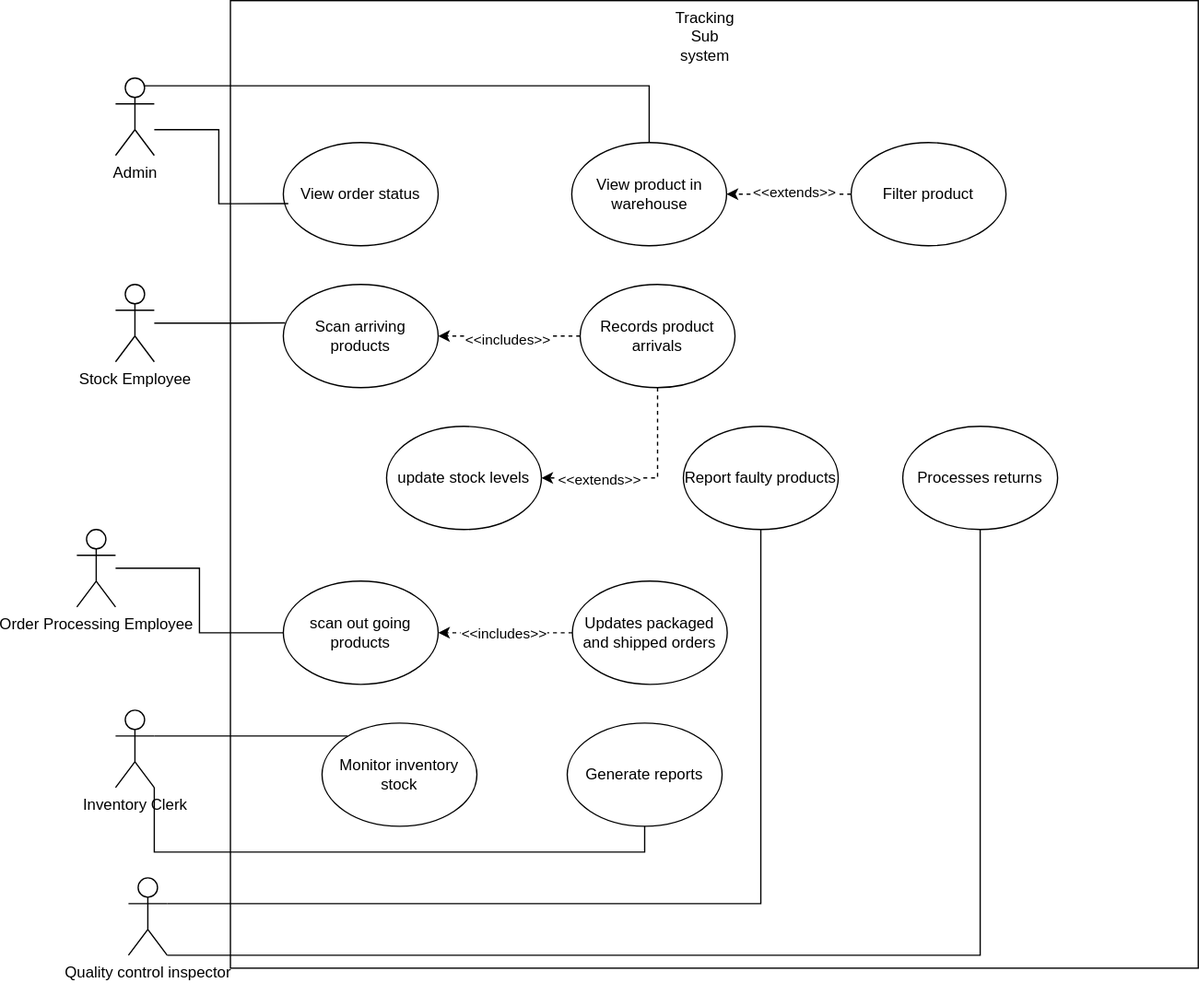
This is tracking.svg from Simamkele88/IFM3_GP, a draw.io export, as it was before one commit. Source tidied: cells renumbered, new cells last; positions are measured from the earlier drawing's top-left corner, leaving out a move shared by most shapes.
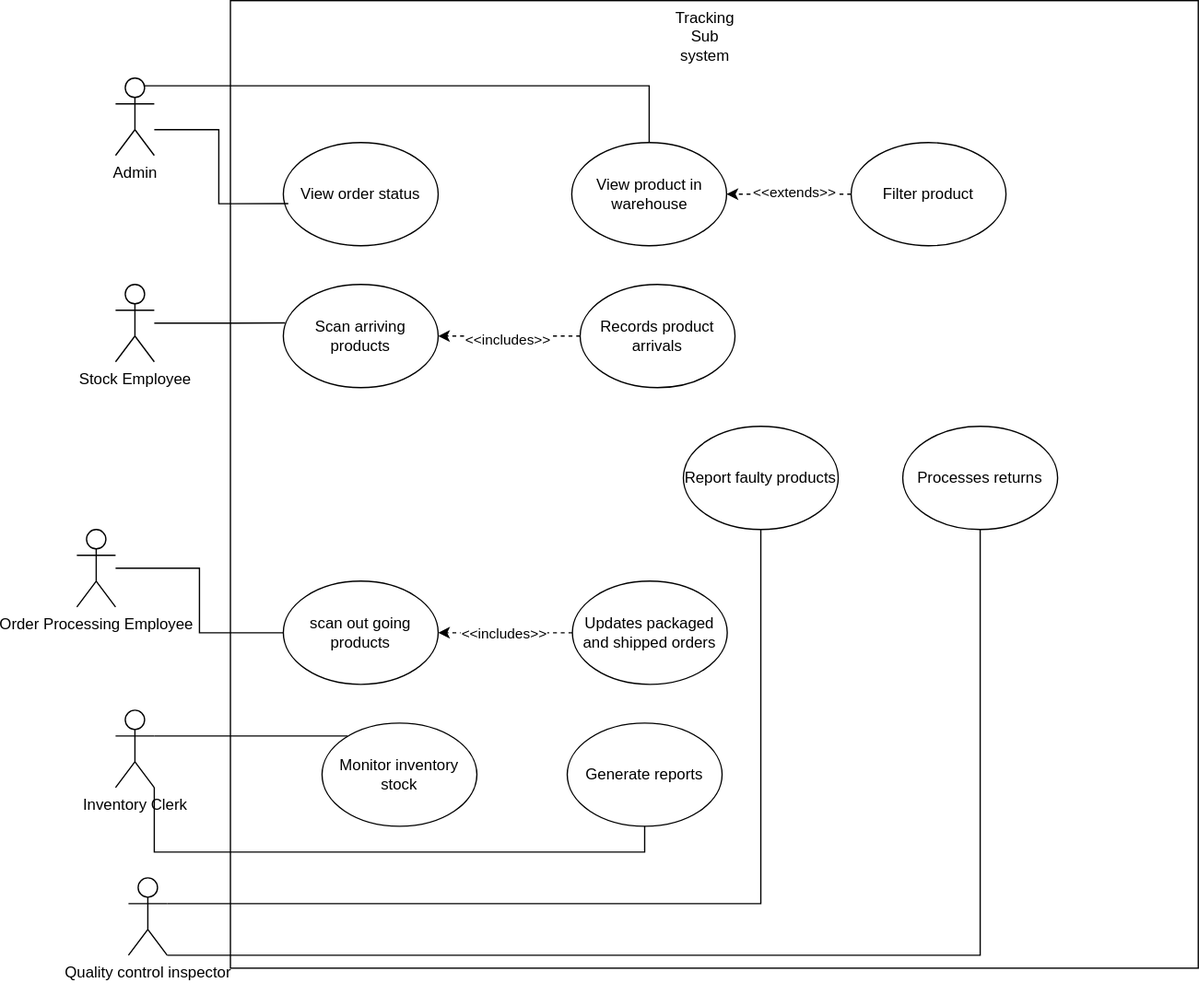
The same file after the commit.

What changed in the source:
```diff
@@ -65,9 +65,6 @@
     <mxCell id="22" value="Records product arrivals " style="ellipse;whiteSpace=wrap;html=1;" parent="1" vertex="1">
       <mxGeometry x="390" y="220" width="120" height="80" as="geometry" />
     </mxCell>
-    <mxCell id="23" value="update stock levels" style="ellipse;whiteSpace=wrap;html=1;" parent="1" vertex="1">
-      <mxGeometry x="240" y="330" width="120" height="80" as="geometry" />
-    </mxCell>
     <mxCell id="24" style="edgeStyle=orthogonalEdgeStyle;rounded=0;jettySize=auto;html=1;entryX=1;entryY=0.5;entryDx=0;entryDy=0;dashed=1;" parent="1" edge="1" source="26" target="18">
       <mxGeometry relative="1" as="geometry" />
     </mxCell>
@@ -110,15 +107,5 @@
     <mxCell id="34" style="edgeStyle=orthogonalEdgeStyle;rounded=0;jettySize=auto;html=1;exitX=1;exitY=0.3333333333333333;exitDx=0;exitDy=0;exitPerimeter=0;entryX=0.121;entryY=0.76;entryDx=0;entryDy=0;entryPerimeter=0;endArrow=none;startFill=0;" parent="1" edge="1" source="32" target="2">
       <mxGeometry relative="1" as="geometry" />
     </mxCell>
-    <mxCell id="35" style="endArrow=classic;html=1;rounded=0;entryX=1;entryY=0.5;entryDx=0;entryDy=0;exitX=0.5;exitY=1;exitDx=0;exitDy=0;dashed=1;" parent="1" edge="1" source="22" target="23">
-      <mxGeometry relative="1" as="geometry">
-        <Array as="points">
-          <mxPoint x="450" y="370" />
-        </Array>
-      </mxGeometry>
-    </mxCell>
-    <mxCell id="36" value="&amp;lt;&amp;lt;extends&amp;gt;&amp;gt;" style="edgeLabel;html=1;align=center;verticalAlign=middle;" parent="35" vertex="1">
-      <mxGeometry x="0.45" y="1" relative="1" as="geometry" />
-    </mxCell>
   </root>
 </mxGraphModel>
```
